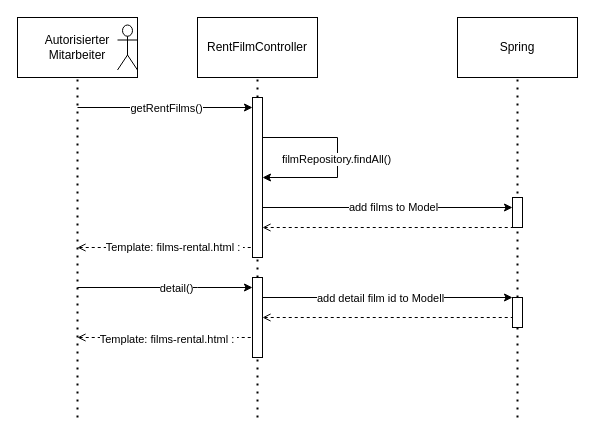
Earlier version of the draw.io diagram src/main/asciidoc/models/design/Verwaltungssystem/verwaltung_sequenz_verleih.drawio (Leonard0108/Anwendungsprogrammierung). Source tidied: cells renumbered, new cells numbered last; positions are measured from the earlier drawing's top-left corner, leaving out a move shared by most shapes. Both pictures are drawn from the tidied source at 100%, with x=0, y=0 at pixel (17, 17).
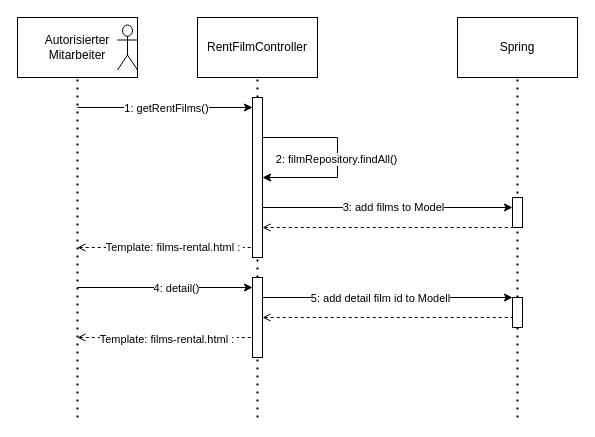
The same diagram, later.

Commit message (it also covers changes not shown here):
verwaltungssystem sequenzdiagramme angepasst

Unchanged cells that the change refers to:
```xml
<mxCell id="9" style="endArrow=classic;html=1;rounded=0;" parent="1" edge="1" target="26">
  <mxGeometry relative="1" as="geometry">
    <mxPoint x="60" y="90" as="sourcePoint" />
  </mxGeometry>
</mxCell>
<mxCell id="11" style="endArrow=classic;html=1;rounded=0;" parent="1" edge="1" target="26">
  <mxGeometry relative="1" as="geometry">
    <mxPoint x="240" y="120" as="sourcePoint" />
    <Array as="points">
      <mxPoint x="320" y="120" />
      <mxPoint x="320" y="160" />
    </Array>
  </mxGeometry>
</mxCell>
<mxCell id="13" style="endArrow=classic;html=1;rounded=0;" parent="1" edge="1" target="30">
  <mxGeometry relative="1" as="geometry">
    <mxPoint x="245" y="190" as="sourcePoint" />
  </mxGeometry>
</mxCell>
<mxCell id="18" style="endArrow=classic;html=1;rounded=0;" parent="1" edge="1" target="28">
  <mxGeometry relative="1" as="geometry">
    <mxPoint x="60" y="270" as="sourcePoint" />
    <Array as="points">
      <mxPoint x="180" y="270" />
    </Array>
  </mxGeometry>
</mxCell>
<mxCell id="22" style="endArrow=classic;html=1;rounded=0;" parent="1" edge="1" target="32">
  <mxGeometry relative="1" as="geometry">
    <mxPoint x="240" y="280" as="sourcePoint" />
  </mxGeometry>
</mxCell>
```

Change to the diagram source:
```diff
@@
-    <mxCell id="10" value="getRentFilms()" style="edgeLabel;html=1;align=center;verticalAlign=middle;" parent="9" vertex="1">
+    <mxCell id="10" value="1: getRentFilms()" style="edgeLabel;html=1;align=center;verticalAlign=middle;" parent="9" vertex="1">
       <mxGeometry x="-0.22" y="-2" relative="1" as="geometry">
         <mxPoint x="20" y="-2" as="offset" />
       </mxGeometry>
     </mxCell>
@@
-    <mxCell id="12" value="filmRepository.findAll()" style="edgeLabel;html=1;align=center;verticalAlign=middle;" parent="11" vertex="1">
+    <mxCell id="12" value="2: filmRepository.findAll()" style="edgeLabel;html=1;align=center;verticalAlign=middle;" parent="11" vertex="1">
       <mxGeometry x="0.04" y="-2" relative="1" as="geometry" />
     </mxCell>
@@
-    <mxCell id="14" value="add films to Model" style="edgeLabel;html=1;align=center;verticalAlign=middle;" parent="13" vertex="1">
+    <mxCell id="14" value="3: add films to Model" style="edgeLabel;html=1;align=center;verticalAlign=middle;" parent="13" vertex="1">
       <mxGeometry x="0.04" y="1" relative="1" as="geometry" />
     </mxCell>
@@
-    <mxCell id="19" value="detail()" style="edgeLabel;html=1;align=center;verticalAlign=middle;" parent="18" vertex="1">
+    <mxCell id="19" value="4: detail()" style="edgeLabel;html=1;align=center;verticalAlign=middle;" parent="18" vertex="1">
       <mxGeometry x="0.06" y="-1" relative="1" as="geometry">
         <mxPoint x="5" y="-1" as="offset" />
       </mxGeometry>
     </mxCell>
@@
-    <mxCell id="23" value="add detail film id to Modell" style="edgeLabel;html=1;align=center;verticalAlign=middle;" parent="22" vertex="1">
+    <mxCell id="23" value="5: add detail film id to Modell" style="edgeLabel;html=1;align=center;verticalAlign=middle;" parent="22" vertex="1">
       <mxGeometry x="-0.04" relative="1" as="geometry" />
     </mxCell>
```
